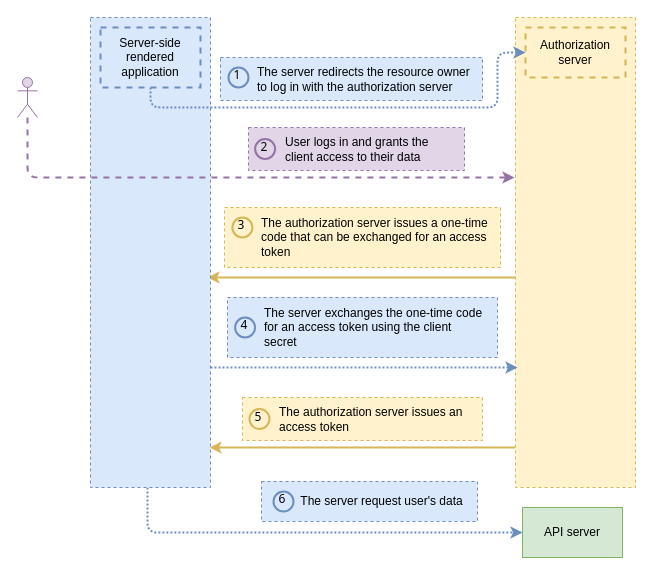
abunuwas/api-sec-book-imgs keeps this draw.io diagram as page "7.6" (6 of 18) of ch07.drawio. Above is the earlier version. Source tidied: cells renumbered, new cells numbered last; positions are measured from the earlier drawing's top-left corner, leaving out a move shared by most shapes. Both pictures are drawn from the tidied source at 100%, with x=0, y=0 at pixel (17, 17).
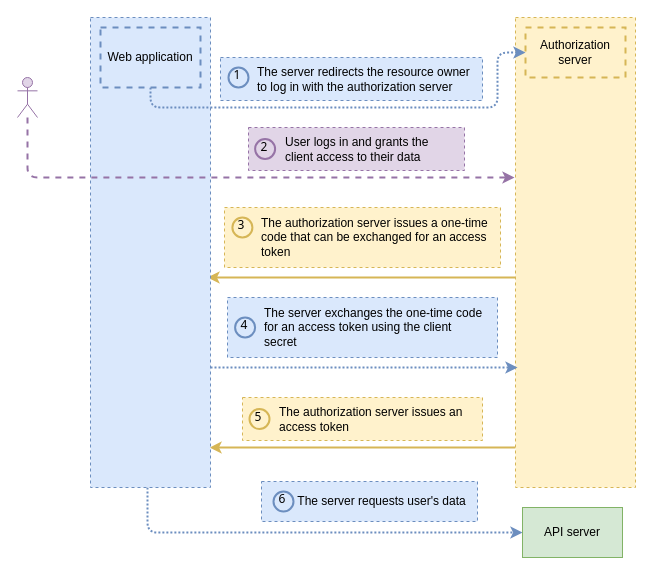
The same page after the edit.

What changed in the source:
```diff
@@
-    <mxCell id="12" value="The server request user's data" style="text;html=1;strokeColor=#6c8ebf;fillColor=#dae8fc;align=center;verticalAlign=middle;whiteSpace=wrap;rounded=0;dashed=1;spacingLeft=25;" parent="1" vertex="1">
+    <mxCell id="12" value="The server requests user's data" style="text;html=1;strokeColor=#6c8ebf;fillColor=#dae8fc;align=center;verticalAlign=middle;whiteSpace=wrap;rounded=0;dashed=1;spacingLeft=25;" parent="1" vertex="1">
       <mxGeometry x="244" y="464" width="216" height="40" as="geometry" />
     </mxCell>
@@
-    <mxCell id="20" value="Server-side rendered application" style="rounded=0;whiteSpace=wrap;html=1;dashed=1;fillColor=#dae8fc;strokeColor=#6c8ebf;strokeWidth=2;" parent="1" vertex="1">
+    <mxCell id="20" value="Web application" style="rounded=0;whiteSpace=wrap;html=1;dashed=1;fillColor=#dae8fc;strokeColor=#6c8ebf;strokeWidth=2;" parent="1" vertex="1">
       <mxGeometry x="83" y="10" width="100" height="60" as="geometry" />
     </mxCell>
```
